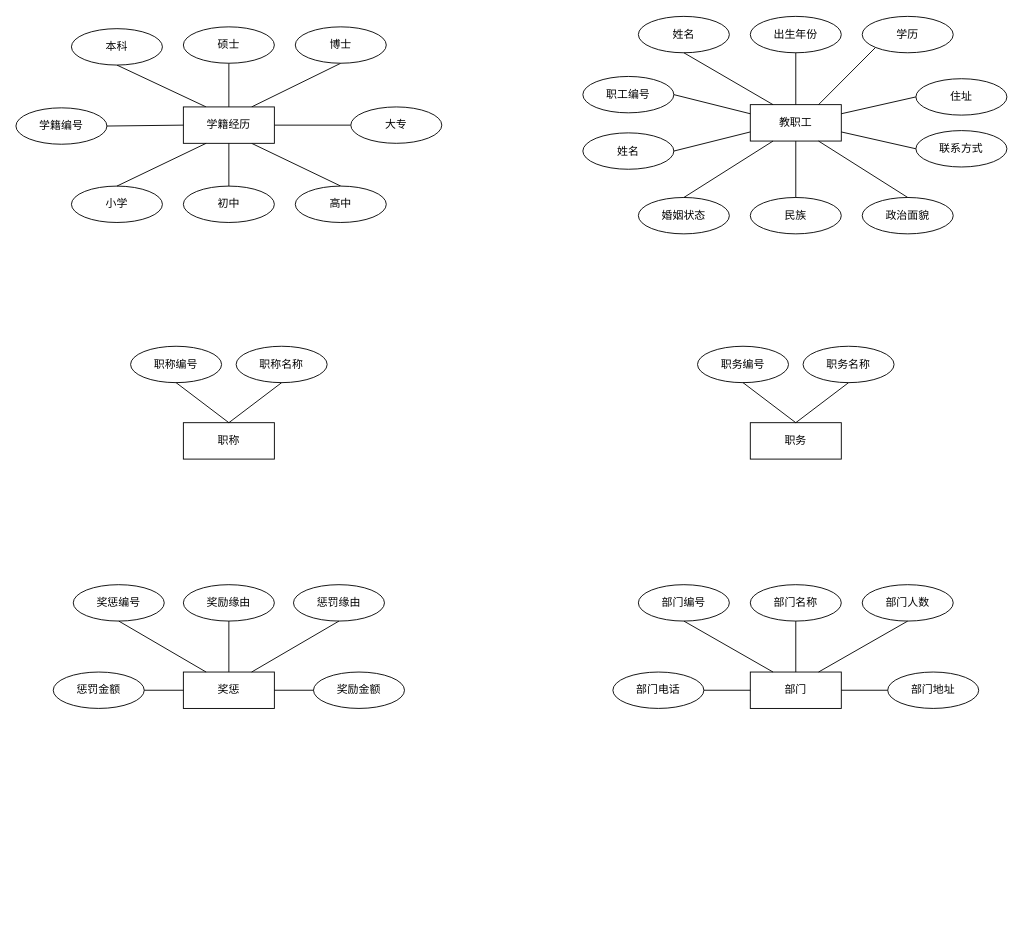
Pineapple666/Draw keeps this draw.io diagram as page "局部ER图" (1 of 3) of software-engineering/shrs.drawio. Above is the earlier version. Source tidied: cells renumbered, new cells numbered last; positions are measured from the earlier drawing's top-left corner, leaving out a move shared by most shapes. Both pictures are drawn from the tidied source at 91%, with x=0, y=0 at pixel (15, 15).
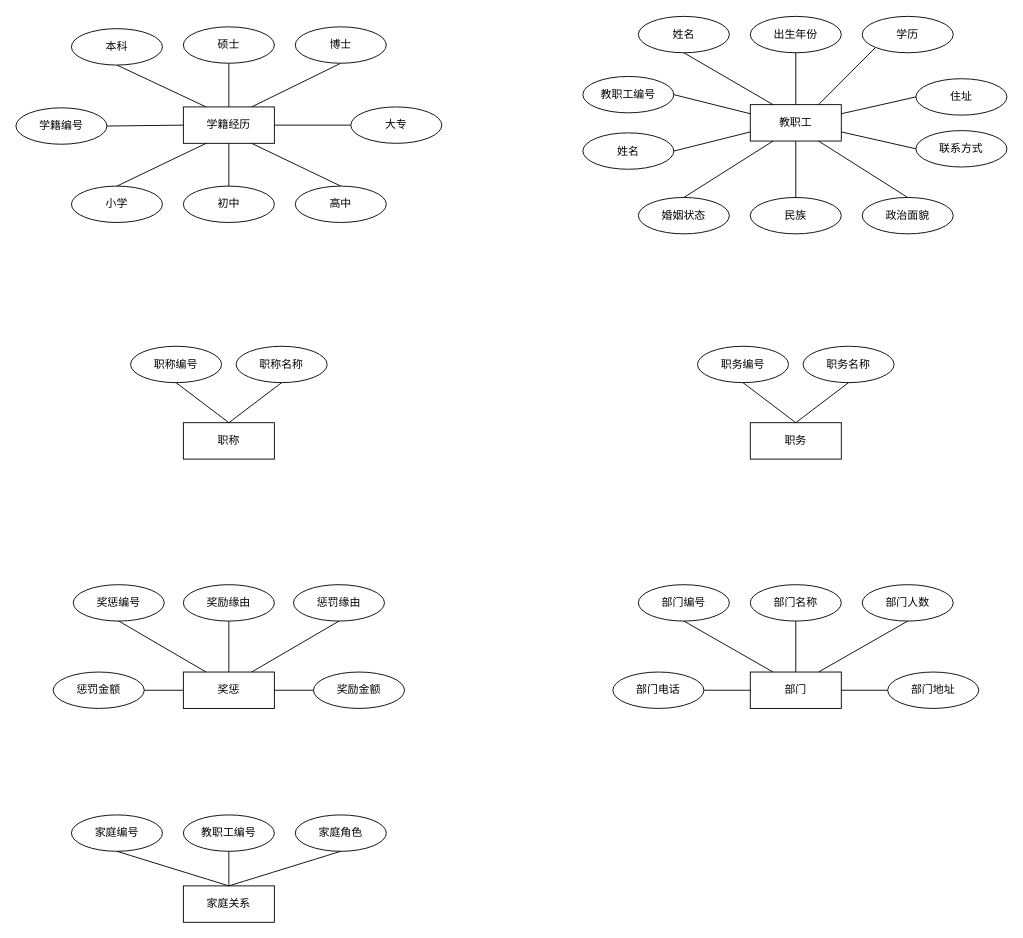
Above is the later version.

Change to the diagram source:
```diff
@@
-    <mxCell id="20" value="职工编号" style="ellipse;whiteSpace=wrap;html=1;align=center;" parent="1" vertex="1">
+    <mxCell id="20" value="教职工编号" style="ellipse;whiteSpace=wrap;html=1;align=center;" parent="1" vertex="1">
       <mxGeometry x="623" y="66.5" width="100" height="40" as="geometry" />
     </mxCell>
@@
+    <mxCell id="72" value="家庭关系" style="whiteSpace=wrap;html=1;align=center;" parent="1" vertex="1">
+      <mxGeometry x="184" y="956" width="100" height="40" as="geometry" />
+    </mxCell>
+    <mxCell id="73" value="家庭编号" style="ellipse;whiteSpace=wrap;html=1;align=center;" parent="1" vertex="1">
+      <mxGeometry x="61" y="878" width="100" height="40" as="geometry" />
+    </mxCell>
+    <mxCell id="74" value="教职工编号" style="ellipse;whiteSpace=wrap;html=1;align=center;" parent="1" vertex="1">
+      <mxGeometry x="184" y="878" width="100" height="40" as="geometry" />
+    </mxCell>
+    <mxCell id="75" value="家庭角色" style="ellipse;whiteSpace=wrap;html=1;align=center;" parent="1" vertex="1">
+      <mxGeometry x="307" y="878" width="100" height="40" as="geometry" />
+    </mxCell>
+    <mxCell id="76" style="endArrow=none;html=1;rounded=0;fontSize=12;startSize=8;endSize=8;curved=1;entryX=0.5;entryY=1;entryDx=0;entryDy=0;exitX=0.5;exitY=0;exitDx=0;exitDy=0;" parent="1" edge="1" source="72" target="73">
+      <mxGeometry relative="1" as="geometry" />
+    </mxCell>
+    <mxCell id="77" style="endArrow=none;html=1;rounded=0;fontSize=12;startSize=8;endSize=8;curved=1;entryX=0.5;entryY=1;entryDx=0;entryDy=0;exitX=0.5;exitY=0;exitDx=0;exitDy=0;" parent="1" edge="1" source="72" target="74">
+      <mxGeometry relative="1" as="geometry" />
+    </mxCell>
+    <mxCell id="78" style="endArrow=none;html=1;rounded=0;fontSize=12;startSize=8;endSize=8;curved=1;entryX=0.5;entryY=1;entryDx=0;entryDy=0;exitX=0.5;exitY=0;exitDx=0;exitDy=0;" parent="1" edge="1" source="72" target="75">
+      <mxGeometry relative="1" as="geometry" />
+    </mxCell>
```
